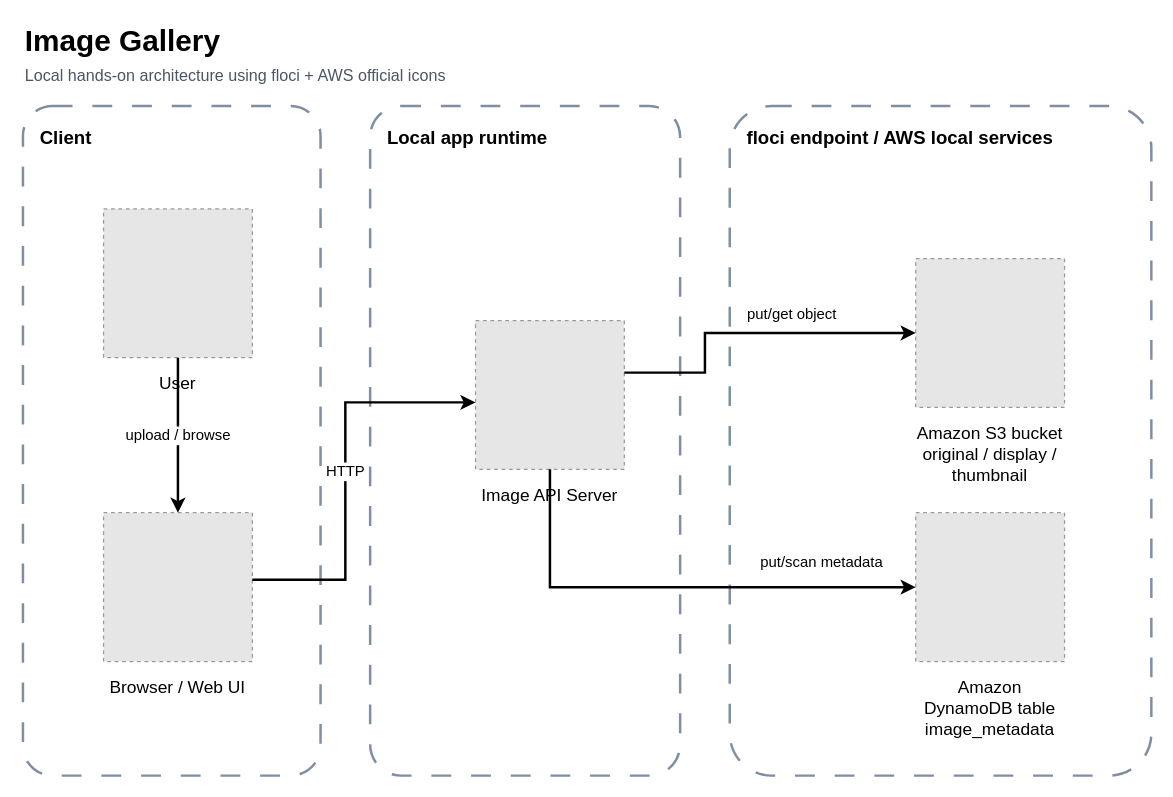
Earlier version of the draw.io diagram apps/image-gallery/assets/image-gallery-architecture.drawio (niceguy61/floci_test). Source tidied: cells renumbered, new cells numbered last; positions are measured from the earlier drawing's top-left corner, leaving out a move shared by most shapes. Both pictures are drawn from the tidied source at 124%, with x=0, y=0 at pixel (22, 21). Pictures stored in the file or linked from it are replaced by grey dashed boxes.
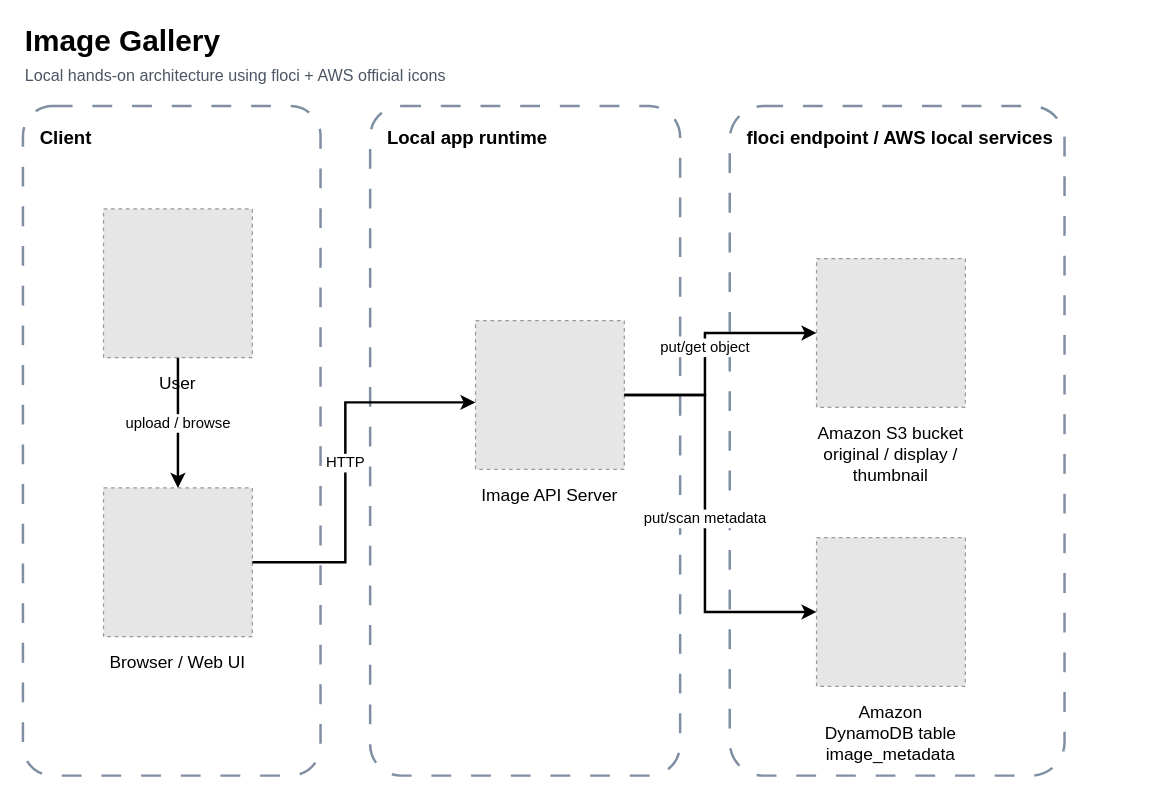
The same page after the edit.

The change refers to these unchanged cells:
```xml
<mxCell id="7" value="User" style="fillColor=#E6E6E6;strokeColor=#999999;dashed=1;verticalLabelPosition=bottom;verticalAlign=top;labelPosition=center;align=center;html=1;whiteSpace=wrap;spacingTop=6;fontSize=14;fontStyle=0;" parent="1" vertex="1">
  <mxGeometry x="65" y="151" width="120" height="120" as="geometry" />
</mxCell>
<mxCell id="9" value="Image API Server" style="fillColor=#E6E6E6;strokeColor=#999999;dashed=1;verticalLabelPosition=bottom;verticalAlign=top;labelPosition=center;align=center;html=1;whiteSpace=wrap;spacingTop=6;fontSize=14;fontStyle=0;" parent="1" vertex="1">
  <mxGeometry x="365" y="241" width="120" height="120" as="geometry" />
</mxCell>
```

The edit, as a diff of the source:
```diff
@@
     <mxCell id="6" value="floci endpoint / AWS local services" style="rounded=1;whiteSpace=wrap;html=1;dashed=1;dashPattern=8 8;arcSize=10;strokeWidth=2;strokeColor=#7f8ea3;fillColor=none;align=left;verticalAlign=top;spacingLeft=12;spacingTop=10;fontSize=15;fontStyle=1;" parent="1" vertex="1">
-      <mxGeometry x="570" y="68" width="340" height="540" as="geometry" />
+      <mxGeometry x="570" y="68" width="270" height="540" as="geometry" />
     </mxCell>
@@
     <mxCell id="8" value="Browser / Web UI" style="fillColor=#E6E6E6;strokeColor=#999999;dashed=1;verticalLabelPosition=bottom;verticalAlign=top;labelPosition=center;align=center;html=1;whiteSpace=wrap;spacingTop=6;fontSize=14;fontStyle=0;" parent="1" vertex="1">
-      <mxGeometry x="65" y="396" width="120" height="120" as="geometry" />
+      <mxGeometry x="65" y="376" width="120" height="120" as="geometry" />
     </mxCell>
@@
     <mxCell id="10" value="&lt;div&gt;Amazon S3 bucket&lt;/div&gt;&lt;div&gt;original / display / thumbnail&lt;/div&gt;" style="fillColor=#E6E6E6;strokeColor=#999999;dashed=1;verticalLabelPosition=bottom;verticalAlign=top;labelPosition=center;align=center;html=1;whiteSpace=wrap;spacingTop=6;fontSize=14;fontStyle=0;" parent="1" vertex="1">
-      <mxGeometry x="720" y="191" width="120" height="120" as="geometry" />
+      <mxGeometry x="640" y="191" width="120" height="120" as="geometry" />
     </mxCell>
     <mxCell id="11" value="&lt;div&gt;Amazon DynamoDB table&lt;/div&gt;&lt;div&gt;image_metadata&lt;/div&gt;" style="fillColor=#E6E6E6;strokeColor=#999999;dashed=1;verticalLabelPosition=bottom;verticalAlign=top;labelPosition=center;align=center;html=1;whiteSpace=wrap;spacingTop=6;fontSize=14;fontStyle=0;" parent="1" vertex="1">
-      <mxGeometry x="720" y="396" width="120" height="120" as="geometry" />
+      <mxGeometry x="640" y="416" width="120" height="120" as="geometry" />
     </mxCell>
-    <mxCell id="12" value="upload / browse" style="edgeStyle=orthogonalEdgeStyle;rounded=0;jettySize=auto;html=1;strokeWidth=2;fontSize=12;labelBackgroundColor=#ffffff;exitX=0.5;exitY=1.0;exitDx=0;exitDy=0;entryX=0.5;entryY=0.0;entryDx=0;entryDy=0;" parent="1" edge="1" source="7" target="8">
+    <mxCell id="12" value="upload / browse" style="edgeStyle=orthogonalEdgeStyle;rounded=0;jettySize=auto;html=1;strokeWidth=2;fontSize=12;labelBackgroundColor=#ffffff;exitX=0.5;exitY=1.0;exitDx=0;exitDy=0;entryX=0.5;entryY=0.0;entryDx=0;entryDy=0;jumpStyle=arc;flowAnimation=1;" parent="1" edge="1" source="7" target="8">
       <mxGeometry relative="1" as="geometry">
         <Array as="points">
           <mxPoint x="125" y="301" />
         </Array>
       </mxGeometry>
     </mxCell>
-    <mxCell id="13" value="HTTP" style="edgeStyle=orthogonalEdgeStyle;rounded=0;jettySize=auto;html=1;strokeWidth=2;fontSize=12;labelBackgroundColor=#ffffff;exitX=1.0;exitY=0.45;exitDx=0;exitDy=0;entryX=0.0;entryY=0.55;entryDx=0;entryDy=0;" parent="1" edge="1" source="8" target="9">
+    <mxCell id="13" value="HTTP" style="edgeStyle=orthogonalEdgeStyle;rounded=0;jettySize=auto;html=1;strokeWidth=2;fontSize=12;labelBackgroundColor=#ffffff;exitX=1;exitY=0.5;exitDx=0;exitDy=0;entryX=0.0;entryY=0.55;entryDx=0;entryDy=0;jumpStyle=arc;flowAnimation=1;" parent="1" edge="1" source="8" target="9">
       <mxGeometry relative="1" as="geometry">
         <Array as="points">
-          <mxPoint x="260" y="450" />
+          <mxPoint x="260" y="436" />
           <mxPoint x="260" y="307" />
         </Array>
       </mxGeometry>
     </mxCell>
-    <mxCell id="14" value="put/get object" style="edgeStyle=orthogonalEdgeStyle;rounded=0;jettySize=auto;html=1;strokeWidth=2;fontSize=12;labelBackgroundColor=#ffffff;exitX=1.0;exitY=0.35;exitDx=0;exitDy=0;entryX=0.0;entryY=0.5;entryDx=0;entryDy=0;" parent="1" edge="1" source="9" target="10">
-      <mxGeometry x="0.25" y="15" relative="1" as="geometry">
+    <mxCell id="14" value="put/get object" style="edgeStyle=orthogonalEdgeStyle;rounded=0;jettySize=auto;html=1;strokeWidth=2;fontSize=12;labelBackgroundColor=#ffffff;exitX=1;exitY=0.5;exitDx=0;exitDy=0;entryX=0.0;entryY=0.5;entryDx=0;entryDy=0;jumpStyle=arc;flowAnimation=1;" parent="1" edge="1" source="9" target="10">
+      <mxGeometry relative="1" as="geometry">
         <Array as="points">
-          <mxPoint x="550" y="283" />
+          <mxPoint x="550" y="301" />
           <mxPoint x="550" y="251" />
         </Array>
       </mxGeometry>
     </mxCell>
-    <mxCell id="15" value="put/scan metadata" style="edgeStyle=orthogonalEdgeStyle;rounded=0;jettySize=auto;html=1;strokeWidth=2;fontSize=12;labelBackgroundColor=#ffffff;exitX=0.5;exitY=1;exitDx=0;exitDy=0;entryX=0.0;entryY=0.5;entryDx=0;entryDy=0;" parent="1" edge="1" source="9" target="11">
-      <mxGeometry x="0.61" y="20" relative="1" as="geometry">
+    <mxCell id="15" value="put/scan metadata" style="edgeStyle=orthogonalEdgeStyle;rounded=0;jettySize=auto;html=1;strokeWidth=2;fontSize=12;labelBackgroundColor=#ffffff;exitX=1;exitY=0.5;exitDx=0;exitDy=0;entryX=0.0;entryY=0.5;entryDx=0;entryDy=0;jumpStyle=arc;flowAnimation=1;" parent="1" edge="1" source="9" target="11">
+      <mxGeometry relative="1" as="geometry">
         <Array as="points">
-          <mxPoint x="425" y="456" />
+          <mxPoint x="550" y="301" />
+          <mxPoint x="550" y="476" />
         </Array>
       </mxGeometry>
     </mxCell>
```
